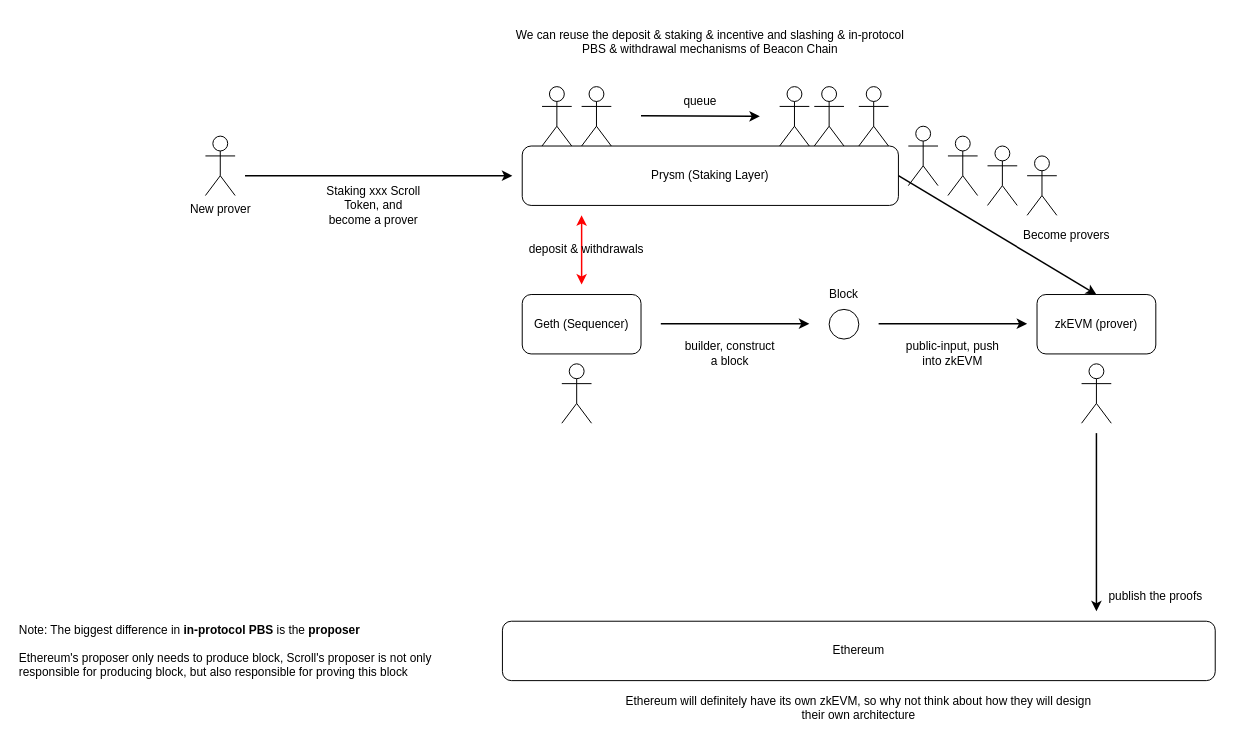
Before: scroll/idea: reuse beacon chain.drawio in 0xyicheng/a-research-diagram, a draw.io diagram. Source tidied: cells renumbered, new cells numbered last; positions are measured from the earlier drawing's top-left corner, leaving out a move shared by most shapes. Both pictures are drawn from the tidied source at 99%, with x=0, y=0 at pixel (17, 17).
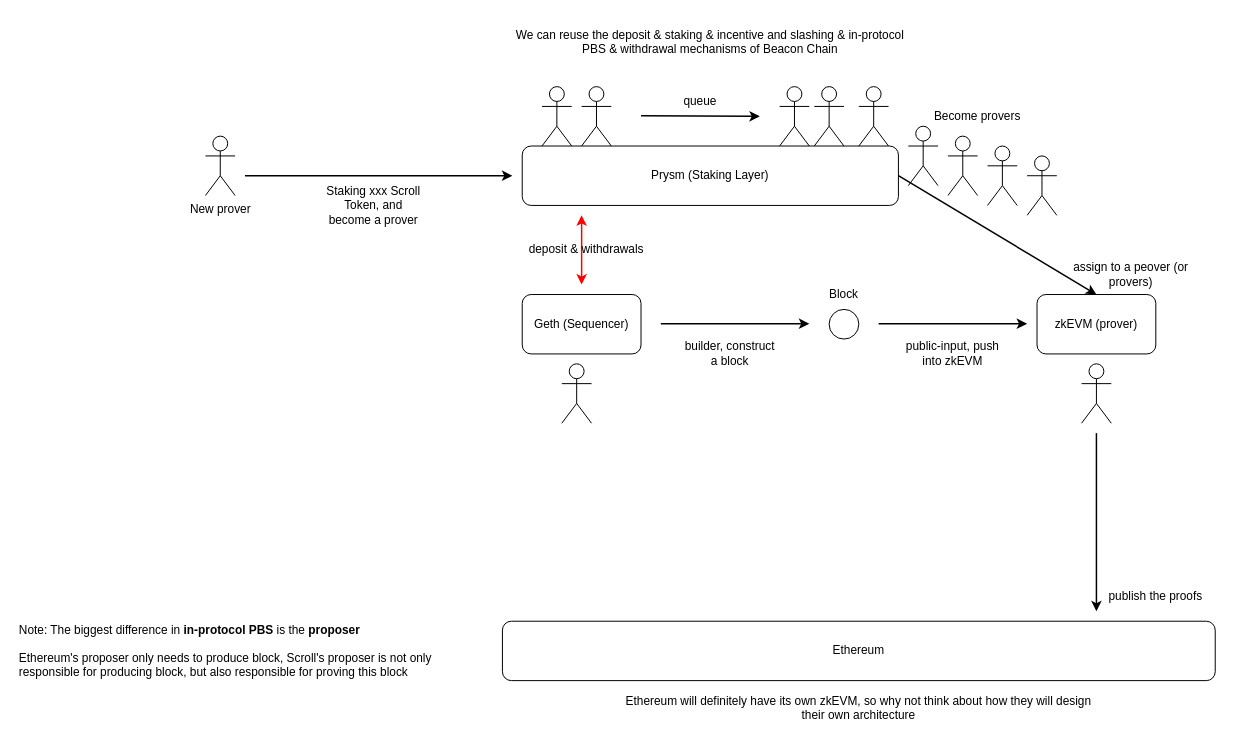
Above is the later version.

The edit, as a diff of the source:
```diff
@@
     <mxCell id="29" value="Become provers" style="text;html=1;strokeColor=none;fillColor=none;align=center;verticalAlign=middle;whiteSpace=wrap;rounded=0;" parent="1" vertex="1">
-      <mxGeometry x="1010" y="200" width="100" height="40" as="geometry" />
+      <mxGeometry x="920" y="80" width="100" height="40" as="geometry" />
     </mxCell>
@@
+    <mxCell id="37" value="assign to a peover (or provers)" style="text;html=1;strokeColor=none;fillColor=none;align=center;verticalAlign=middle;whiteSpace=wrap;rounded=0;" parent="1" vertex="1">
+      <mxGeometry x="1050" y="240" width="150" height="40" as="geometry" />
+    </mxCell>
```
